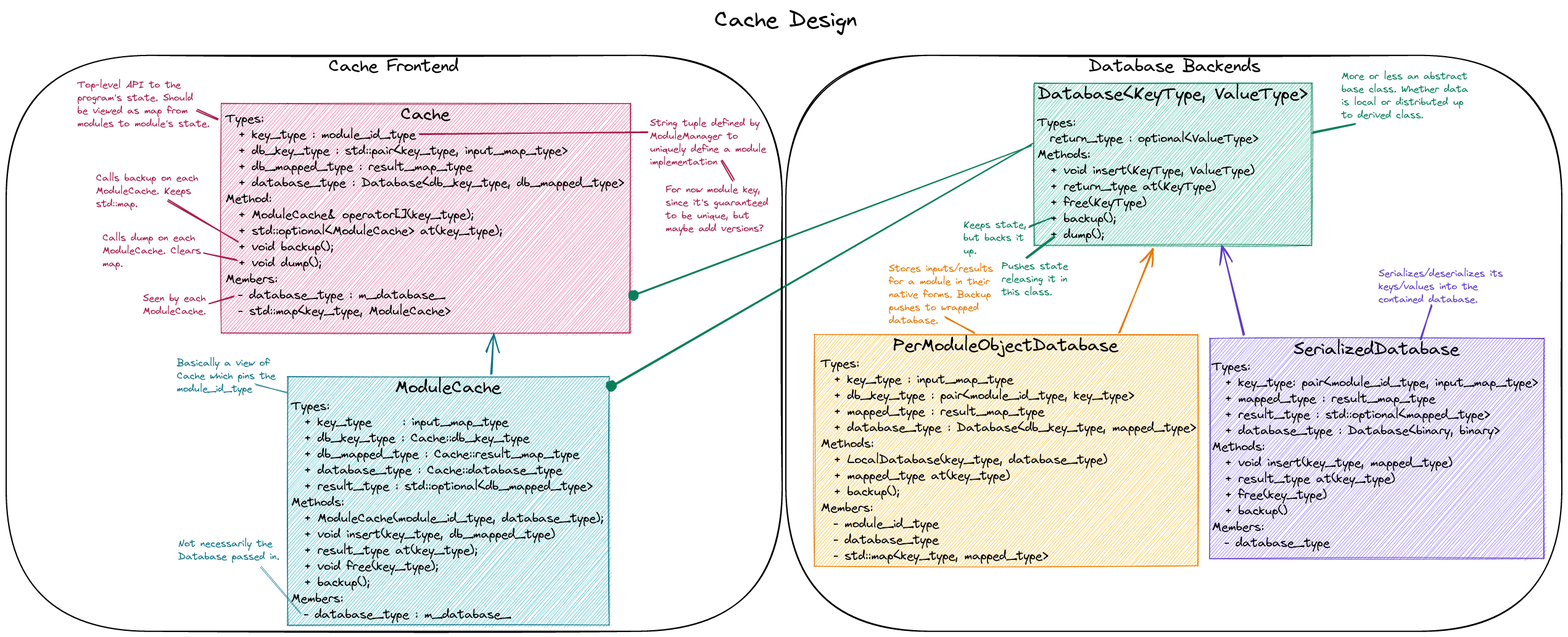
Above: docs/source/developer/design/cache_design.png in NWChemEx/PluginPlay (Excalidraw), before the change. Source tidied: one line per element, renumbered; positions are measured from the earlier drawing's top-left corner, leaving out a move shared by most shapes.
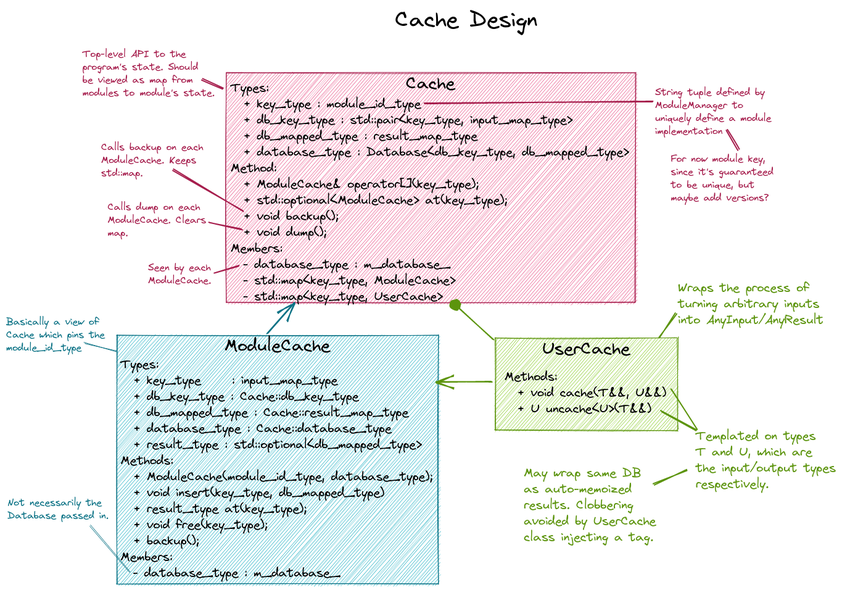
After the commit.

Change to the diagram source:
```diff
@@ -1,18 +1,6 @@
-{"id": 0, "type": "rectangle", "strokeColor": "#000000", "strokeWidth": 2, "roughness": 1, "x": 1264, "y": 80, "width": 1258, "height": 934}
-{"id": 1, "type": "rectangle", "strokeColor": "#5f3dc4", "backgroundColor": "#7950f2", "fillStyle": "hachure", "strokeWidth": 1, "roughness": 1, "x": 1951, "y": 539, "width": 542, "height": 357}
-{"id": 2, "type": "text", "text": "Types:\n  + key_type: pair<module_id_type, input_map_type>\n  + mapped_type : result_map_type\n  + result_type : std::optional<mapped_type>\n  + database_type : Database<binary, binary> \nMethods:\n  + void insert(key_type, mapped_type)\n  + result_type at(key_type)\n  + free(key_type)\n  + backup() \nMembers:\n  - database_type", "strokeColor": "#000000", "strokeWidth": 1, "roughness": 1, "fontSize": 20, "fontFamily": 1, "x": 1955, "y": 572, "width": 528, "height": 312}
-{"id": 3, "type": "rectangle", "strokeColor": "#087f5b", "backgroundColor": "#12b886", "fillStyle": "hachure", "strokeWidth": 1, "roughness": 1, "x": 1667, "y": 125, "width": 449, "height": 263}
-{"id": 4, "type": "text", "text": "Types:\n  return_type : optional<ValueType>\nMethods:\n  + void insert(KeyType, ValueType)\n  + return_type at(KeyType)\n  + free(KeyType)\n  + backup();\n  + dump(); ", "strokeColor": "#000000", "strokeWidth": 1, "roughness": 1, "fontSize": 20, "fontFamily": 1, "x": 1672, "y": 176, "width": 358, "height": 208}
-{"id": 5, "type": "text", "text": "Database<KeyType, ValueType>", "strokeColor": "#000000", "strokeWidth": 1, "roughness": 1, "fontSize": 28, "fontFamily": 1, "x": 1672, "y": 125, "width": 438, "height": 36}
-{"id": 6, "type": "text", "text": "More or less an abstract\nbase class. Whether data\nis local or distributed up\nto derived class.", "strokeColor": "#087f5b", "strokeWidth": 1, "roughness": 1, "fontSize": 16, "fontFamily": 1, "x": 2165, "y": 103, "width": 206, "height": 84}
-{"id": 7, "type": "line", "strokeColor": "#087f5b", "strokeWidth": 2, "roughness": 1, "x": 2118, "y": 205, "width": 69, "height": 14, "points": [[0, 0], [69, -14]]}
-{"id": 8, "type": "text", "text": "Keeps state,\nbut backs it\nup.", "strokeColor": "#087f5b", "strokeWidth": 1, "roughness": 1, "fontSize": 16, "fontFamily": 1, "x": 1552, "y": 344, "width": 102, "height": 63}
-{"id": 9, "type": "text", "text": "Pushes state\nreleasing it in\nthis class.", "strokeColor": "#087f5b", "strokeWidth": 1, "roughness": 1, "fontSize": 16, "fontFamily": 1, "x": 1614, "y": 411, "width": 108, "height": 63}
-{"id": 10, "type": "line", "strokeColor": "#087f5b", "strokeWidth": 2, "roughness": 1, "x": 1660, "y": 357, "width": 35, "height": 14, "points": [[0, 0], [35, -14]]}
-{"id": 11, "type": "line", "strokeColor": "#087f5b", "strokeWidth": 2, "roughness": 1, "x": 1655, "y": 409, "width": 45, "height": 35, "points": [[0, 0], [45, -35]]}
 {"id": 12, "type": "rectangle", "strokeColor": "#a61e4d", "backgroundColor": "#e64980", "fillStyle": "hachure", "strokeWidth": 1, "roughness": 1, "x": 349, "y": 158, "width": 663, "height": 372}
 {"id": 13, "type": "text", "text": "Cache", "strokeColor": "#000000", "strokeWidth": 1, "roughness": 1, "fontSize": 28, "fontFamily": 1, "x": 640, "y": 158, "width": 81, "height": 36}
-{"id": 14, "type": "text", "text": "Types:\n  + key_type : module_id_type\n  + db_key_type : std::pair<key_type, input_map_type>\n  + db_mapped_type : result_map_type\n  + database_type : Database<db_key_type, db_mapped_type>\nMethod:\n  + ModuleCache& operator[](key_type);\n  + std::optional<ModuleCache> at(key_type);\n  + void backup();\n  + void dump(); \nMembers:\n  - database_type : m_database_ \n  - std::map<key_type, ModuleCache>", "strokeColor": "#000000", "strokeWidth": 1, "roughness": 1, "fontSize": 20, "fontFamily": 1, "x": 356, "y": 169, "width": 646, "height": 338}
+{"id": 14, "type": "text", "text": "Types:\n  + key_type : module_id_type\n  + db_key_type : std::pair<key_type, input_map_type>\n  + db_mapped_type : result_map_type\n  + database_type : Database<db_key_type, db_mapped_type>\nMethod:\n  + ModuleCache& operator[](key_type);\n  + std::optional<ModuleCache> at(key_type);\n  + void backup();\n  + void dump(); \nMembers:\n  - database_type : m_database_ \n  - std::map<key_type, ModuleCache>\n  - std::map<key_type, UserCache>", "strokeColor": "#000000", "strokeWidth": 1, "roughness": 1, "fontSize": 20, "fontFamily": 1, "x": 356, "y": 169, "width": 646, "height": 364}
 {"id": 15, "type": "text", "text": "Top-level API to the\nprogram's state. Should\nbe viewed as map from\nmodules to module's state.", "strokeColor": "#a61e4d", "strokeWidth": 1, "roughness": 1, "fontSize": 16, "fontFamily": 1, "x": 115, "y": 117, "width": 215, "height": 84}
 {"id": 16, "type": "text", "text": "String tuple defined by\nModuleManager to\nuniquely define a module\nimplementation", "strokeColor": "#a61e4d", "strokeWidth": 1, "roughness": 1, "fontSize": 16, "fontFamily": 1, "x": 1044, "y": 179, "width": 188, "height": 84}
 {"id": 17, "type": "line", "strokeColor": "#a61e4d", "strokeWidth": 2, "roughness": 1, "x": 669, "y": 208, "width": 370, "height": 3, "points": [[0, 0], [370, -3]]}
@@ -25,27 +13,24 @@
 {"id": 24, "type": "line", "strokeColor": "#a61e4d", "strokeWidth": 2, "roughness": 1, "x": 321, "y": 400, "width": 52, "height": 11, "points": [[0, 0], [52, 11]]}
 {"id": 25, "type": "line", "strokeColor": "#a61e4d", "strokeWidth": 2, "roughness": 1, "x": 263, "y": 314, "width": 114, "height": 67, "points": [[0, 0], [114, 67]]}
 {"id": 26, "type": "line", "strokeColor": "#a61e4d", "strokeWidth": 2, "roughness": 1, "x": 329, "y": 481, "width": 39, "height": 11, "points": [[0, 0], [39, -11]]}
-{"id": 27, "type": "rectangle", "strokeColor": "#0b7285", "backgroundColor": "#15aabf", "fillStyle": "hachure", "strokeWidth": 1, "roughness": 1, "x": 456, "y": 601, "width": 521, "height": 403}
+{"id": 27, "type": "rectangle", "strokeColor": "#0b7285", "backgroundColor": "#15aabf", "fillStyle": "hachure", "strokeWidth": 1, "roughness": 1, "x": 171, "y": 583, "width": 521, "height": 403}
-{"id": 28, "type": "text", "text": "ModuleCache", "strokeColor": "#000000", "strokeWidth": 1, "roughness": 1, "fontSize": 28, "fontFamily": 1, "x": 631, "y": 601, "width": 172, "height": 36}
+{"id": 28, "type": "text", "text": "ModuleCache", "strokeColor": "#000000", "strokeWidth": 1, "roughness": 1, "fontSize": 28, "fontFamily": 1, "x": 346, "y": 583, "width": 172, "height": 36}
-{"id": 29, "type": "text", "text": "Types:\n  + key_type     : input_map_type\n  + db_key_type : Cache::db_key_type\n  + db_mapped_type : Cache::result_map_type\n  + database_type : Cache::database_type\n  + result_type : std::optional<db_mapped_type>\nMethods:\n  + ModuleCache(module_id_type, database_type);\n  + void insert(key_type, db_mapped_type)\n  + result_type at(key_type);\n  + void free(key_type);\n  + backup();\nMembers:\n  - database_type : m_database_", "strokeColor": "#000000", "strokeWidth": 1, "roughness": 1, "fontSize": 20, "fontFamily": 1, "x": 462, "y": 636, "width": 506, "height": 364}
+{"id": 29, "type": "text", "text": "Types:\n  + key_type     : input_map_type\n  + db_key_type : Cache::db_key_type\n  + db_mapped_type : Cache::result_map_type\n  + database_type : Cache::database_type\n  + result_type : std::optional<db_mapped_type>\nMethods:\n  + ModuleCache(module_id_type, database_type);\n  + void insert(key_type, db_mapped_type)\n  + result_type at(key_type);\n  + void free(key_type);\n  + backup();\nMembers:\n  - database_type : m_database_", "strokeColor": "#000000", "strokeWidth": 1, "roughness": 1, "fontSize": 20, "fontFamily": 1, "x": 177, "y": 618, "width": 506, "height": 364}
-{"id": 30, "type": "text", "text": "Basically a view of\nCache which pins the\nmodule_id_type", "strokeColor": "#0b7285", "strokeWidth": 1, "roughness": 1, "fontSize": 16, "fontFamily": 1, "x": 277, "y": 568, "width": 160, "height": 63}
+{"id": 30, "type": "text", "text": "Basically a view of\nCache which pins the\nmodule_id_type", "strokeColor": "#0b7285", "strokeWidth": 1, "roughness": 1, "fontSize": 16, "fontFamily": 1, "x": -8, "y": 551, "width": 160, "height": 63}
-{"id": 31, "type": "text", "text": "Not necessarily the\nDatabase passed in.", "strokeColor": "#0b7285", "strokeWidth": 1, "roughness": 1, "fontSize": 16, "fontFamily": 1, "x": 279, "y": 861, "width": 165, "height": 42}
+{"id": 31, "type": "text", "text": "Not necessarily the\nDatabase passed in.", "strokeColor": "#0b7285", "strokeWidth": 1, "roughness": 1, "fontSize": 16, "fontFamily": 1, "x": -6, "y": 844, "width": 165, "height": 42}
-{"id": 32, "type": "line", "strokeColor": "#0b7285", "backgroundColor": "#15aabf", "fillStyle": "hachure", "strokeWidth": 1, "roughness": 1, "x": 404, "y": 613, "width": 53, "height": 14, "points": [[0, 0], [53, 14]]}
+{"id": 32, "type": "line", "strokeColor": "#0b7285", "backgroundColor": "#15aabf", "fillStyle": "hachure", "strokeWidth": 1, "roughness": 1, "x": 119, "y": 596, "width": 53, "height": 14, "points": [[0, 0], [53, 14]]}
-{"id": 33, "type": "line", "strokeColor": "#0b7285", "backgroundColor": "#15aabf", "fillStyle": "hachure", "strokeWidth": 1, "roughness": 1, "x": 413, "y": 909, "width": 65, "height": 76, "points": [[0, 0], [65, 76]]}
+{"id": 33, "type": "line", "strokeColor": "#0b7285", "backgroundColor": "#15aabf", "fillStyle": "hachure", "strokeWidth": 1, "roughness": 1, "x": 128, "y": 892, "width": 65, "height": 76, "points": [[0, 0], [65, 76]]}
-{"id": 34, "type": "rectangle", "strokeColor": "#e67700", "backgroundColor": "#fab005", "fillStyle": "hachure", "strokeWidth": 1, "roughness": 1, "x": 1310, "y": 533, "width": 622, "height": 375}
-{"id": 35, "type": "text", "text": "PerModuleObjectDatabase", "strokeColor": "#000000", "strokeWidth": 1, "roughness": 1, "fontSize": 28, "fontFamily": 1, "x": 1438, "y": 533, "width": 366, "height": 36}
-{"id": 36, "type": "text", "text": "Types:\n  + key_type : input_map_type\n  + db_key_type : pair<module_id_type, key_type>\n  + mapped_type : result_map_type\n  + database_type : Database<db_key_type, mapped_type>\nMethods:\n  + LocalDatabase(key_type, database_type)\n  + mapped_type at(key_type)\n  + backup();\nMembers:\n  - module_id_type\n  - database_type\n  - std::map<key_type, mapped_type>", "strokeColor": "#000000", "strokeWidth": 1, "roughness": 1, "fontSize": 20, "fontFamily": 1, "x": 1321, "y": 567, "width": 608, "height": 338}
-{"id": 37, "type": "text", "text": "Stores inputs/results\nfor a module in their\nnative forms. Backup\npushes to wrapped\ndatabase.", "strokeColor": "#e67700", "strokeWidth": 1, "roughness": 1, "fontSize": 16, "fontFamily": 1, "x": 1431, "y": 415, "width": 169, "height": 105}
-{"id": 38, "type": "line", "strokeColor": "#e67700", "backgroundColor": "#12b886", "fillStyle": "hachure", "strokeWidth": 2, "roughness": 1, "x": 1523, "y": 505, "width": 47, "height": 25, "points": [[0, 0], [47, 25]]}
-{"id": 39, "type": "text", "text": "SerializedDatabase", "strokeColor": "#000000", "backgroundColor": "#fa5252", "fillStyle": "hachure", "strokeWidth": 2, "roughness": 1, "fontSize": 28, "fontFamily": 1, "x": 2088, "y": 539, "width": 269, "height": 36}
-{"id": 40, "type": "arrow", "strokeColor": "#5f3dc4", "backgroundColor": "#7950f2", "fillStyle": "hachure", "strokeWidth": 2, "roughness": 1, "endArrowhead": "arrow", "from": 1, "to": 4, "x": 2006, "y": 534, "width": 35, "height": 145, "points": [[0, 0], [-35, -145]]}
-{"id": 41, "type": "arrow", "strokeColor": "#e67700", "backgroundColor": "#7950f2", "fillStyle": "hachure", "strokeWidth": 2, "roughness": 1, "endArrowhead": "arrow", "from": 34, "to": 4, "x": 1804, "y": 531, "width": 56, "height": 136, "points": [[0, 0], [56, -136]]}
-{"id": 42, "type": "arrow", "strokeColor": "#0b7285", "backgroundColor": "#7950f2", "fillStyle": "hachure", "strokeWidth": 2, "roughness": 1, "endArrowhead": "arrow", "from": 28, "to": 14, "x": 786, "y": 597, "width": 3, "height": 66, "points": [[0, 0], [3, -66]]}
+{"id": 42, "type": "arrow", "strokeColor": "#0b7285", "backgroundColor": "#7950f2", "fillStyle": "hachure", "strokeWidth": 2, "roughness": 1, "endArrowhead": "arrow", "from": 28, "to": 12, "x": 415, "y": 581, "width": 43, "height": 50, "points": [[0, 0], [43, -50]]}
-{"id": 43, "type": "arrow", "strokeColor": "#087f5b", "backgroundColor": "#7950f2", "fillStyle": "hachure", "strokeWidth": 2, "roughness": 1, "endArrowhead": "dot", "from": 4, "to": 14, "x": 1661, "y": 227, "width": 644, "height": 242, "points": [[0, 0], [-644, 242]]}
-{"id": 44, "type": "arrow", "strokeColor": "#087f5b", "backgroundColor": "#7950f2", "fillStyle": "hachure", "strokeWidth": 2, "roughness": 1, "endArrowhead": "dot", "from": 4, "to": 29, "x": 1663, "y": 224, "width": 683, "height": 394, "points": [[0, 0], [-683, 394]]}
-{"id": 45, "type": "text", "text": "Serializes/deserializes its\nkeys/values into the\ncontained database.", "strokeColor": "#5f3dc4", "backgroundColor": "#7950f2", "fillStyle": "hachure", "strokeWidth": 2, "roughness": 1, "fontSize": 16, "fontFamily": 1, "x": 2225, "y": 423, "width": 202, "height": 63}
-{"id": 46, "type": "text", "text": "Database Backends", "strokeColor": "#000000", "strokeWidth": 2, "roughness": 1, "fontSize": 28, "fontFamily": 1, "x": 1755, "y": 80, "width": 280, "height": 36}
-{"id": 47, "type": "line", "strokeColor": "#5f3dc4", "strokeWidth": 2, "roughness": 1, "x": 2293, "y": 540, "width": 18, "height": 54, "points": [[0, 0], [18, -54]]}
-{"id": 48, "type": "rectangle", "strokeColor": "#000000", "strokeWidth": 2, "roughness": 1, "x": 0, "y": 80, "width": 1258, "height": 934}
-{"id": 49, "type": "text", "text": "Cache Frontend", "strokeColor": "#000000", "strokeWidth": 2, "roughness": 1, "fontSize": 28, "fontFamily": 1, "x": 523, "y": 80, "width": 212, "height": 36}
-{"id": 50, "type": "text", "text": "Cache Design", "strokeColor": "#000000", "strokeWidth": 2, "roughness": 1, "fontSize": 36, "fontFamily": 1, "x": 1148, "y": 0, "width": 232, "height": 46}
+{"id": 50, "type": "text", "text": "Cache Design", "strokeColor": "#000000", "strokeWidth": 2, "roughness": 1, "fontSize": 36, "fontFamily": 1, "x": 622, "y": 50, "width": 232, "height": 46}
+{"id": 51, "type": "rectangle", "strokeColor": "#5c940d", "backgroundColor": "#82c91e", "fillStyle": "hachure", "strokeWidth": 1, "roughness": 1, "x": 785, "y": 588, "width": 295, "height": 150}
+{"id": 52, "type": "text", "text": "UserCache", "strokeColor": "#000000", "backgroundColor": "#82c91e", "fillStyle": "hachure", "strokeWidth": 1, "roughness": 1, "fontSize": 28, "fontFamily": 1, "x": 861, "y": 588, "width": 143, "height": 36}
+{"id": 53, "type": "text", "text": "Methods:\n  + void cache(T&&, U&&)\n  + U uncache<U>(T&&)", "strokeColor": "#000000", "backgroundColor": "#82c91e", "fillStyle": "hachure", "strokeWidth": 1, "roughness": 1, "fontSize": 20, "fontFamily": 1, "x": 800, "y": 638, "width": 262, "height": 78}
+{"id": 54, "type": "text", "text": "Wraps the process of\nturning arbitrary inputs\ninto AnyInput/AnyResult", "strokeColor": "#5c940d", "backgroundColor": "#82c91e", "fillStyle": "hachure", "strokeWidth": 1, "roughness": 1, "fontSize": 20, "fontFamily": 1, "x": 1081, "y": 494, "width": 237, "height": 78}
+{"id": 55, "type": "arrow", "strokeColor": "#5c940d", "backgroundColor": "#82c91e", "fillStyle": "hachure", "strokeWidth": 2, "roughness": 1, "endArrowhead": "arrow", "from": 51, "to": 29, "x": 780, "y": 659, "width": 91, "height": 0, "points": [[0, 0], [-91, 0]]}
+{"id": 56, "type": "arrow", "strokeColor": "#5c940d", "backgroundColor": "#82c91e", "fillStyle": "hachure", "strokeWidth": 2, "roughness": 1, "endArrowhead": "dot", "from": 51, "to": 12, "x": 782, "y": 590, "width": 64, "height": 58, "points": [[0, 0], [-64, -58]]}
+{"id": 57, "type": "line", "strokeColor": "#5c940d", "backgroundColor": "#82c91e", "fillStyle": "hachure", "strokeWidth": 2, "roughness": 1, "x": 1050, "y": 586, "width": 28, "height": 39, "points": [[0, 0], [28, -39]]}
+{"id": 58, "type": "line", "strokeColor": "#5c940d", "backgroundColor": "#82c91e", "fillStyle": "hachure", "strokeWidth": 2, "roughness": 1, "x": 1070, "y": 671, "width": 42, "height": 63, "points": [[0, 0], [42, 63]]}
+{"id": 59, "type": "line", "strokeColor": "#5c940d", "backgroundColor": "#82c91e", "fillStyle": "hachure", "strokeWidth": 2, "roughness": 1, "x": 1053, "y": 706, "width": 57, "height": 31, "points": [[0, 0], [57, 31]]}
+{"id": 60, "type": "text", "text": "Templated on types\nT and U, which are\nthe input/output types\nrespectively.", "strokeColor": "#5c940d", "backgroundColor": "#82c91e", "fillStyle": "hachure", "strokeWidth": 2, "roughness": 1, "fontSize": 20, "fontFamily": 1, "x": 1110, "y": 734, "width": 227, "height": 104}
+{"id": 61, "type": "line", "strokeColor": "#5c940d", "backgroundColor": "#82c91e", "fillStyle": "hachure", "strokeWidth": 2, "roughness": 1, "x": 1041, "y": 825, "width": 54, "height": 23, "points": [[0, 0], [54, -23]]}
+{"id": 62, "type": "text", "text": "May wrap same DB\nas auto-memoized\nresults. Clobbering\navoided by UserCache\nclass injecting a tag.", "strokeColor": "#5c940d", "backgroundColor": "#82c91e", "fillStyle": "hachure", "strokeWidth": 2, "roughness": 1, "fontSize": 20, "fontFamily": 1, "x": 831, "y": 794, "width": 214, "height": 130}
```
